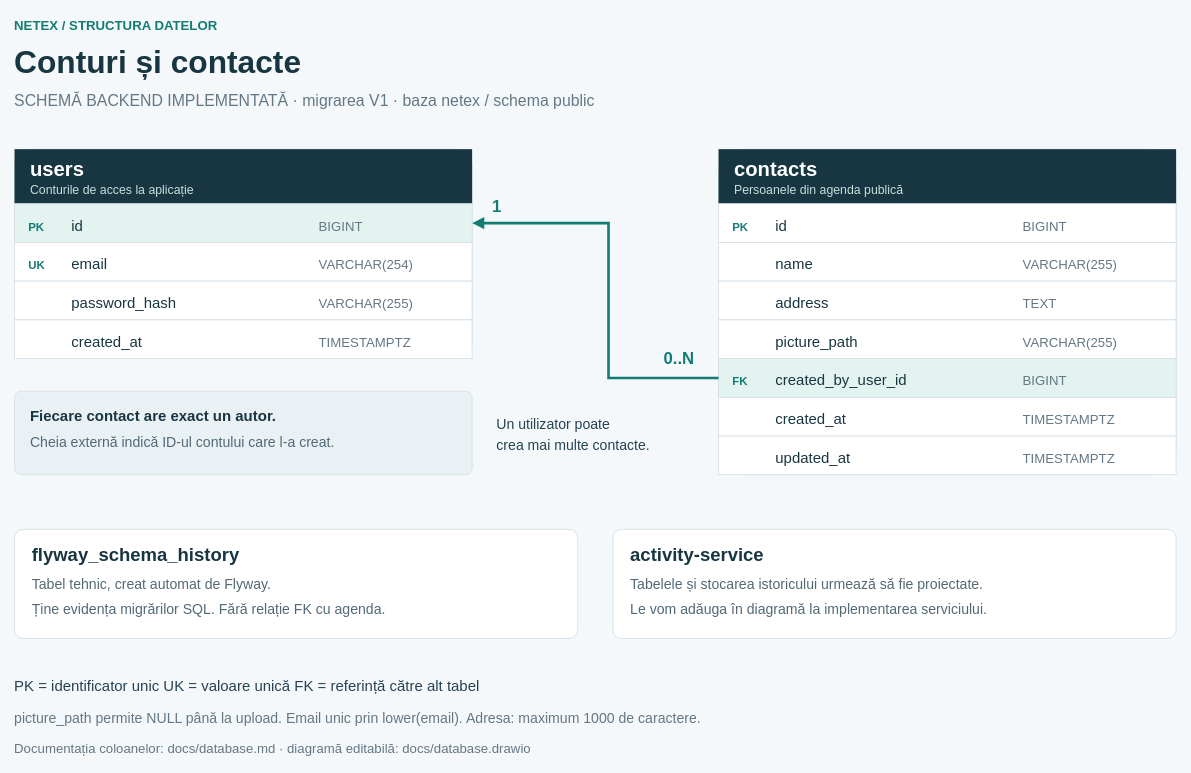
Above: docs/database.drawio in MonkeyFonkey1/netex_project (draw.io), before the change. Source tidied: cells renumbered, new cells numbered last; positions are measured from the earlier drawing's top-left corner, leaving out a move shared by most shapes. Both pictures are drawn from the tidied source at 88%, with x=0, y=0 at pixel (14, 14).
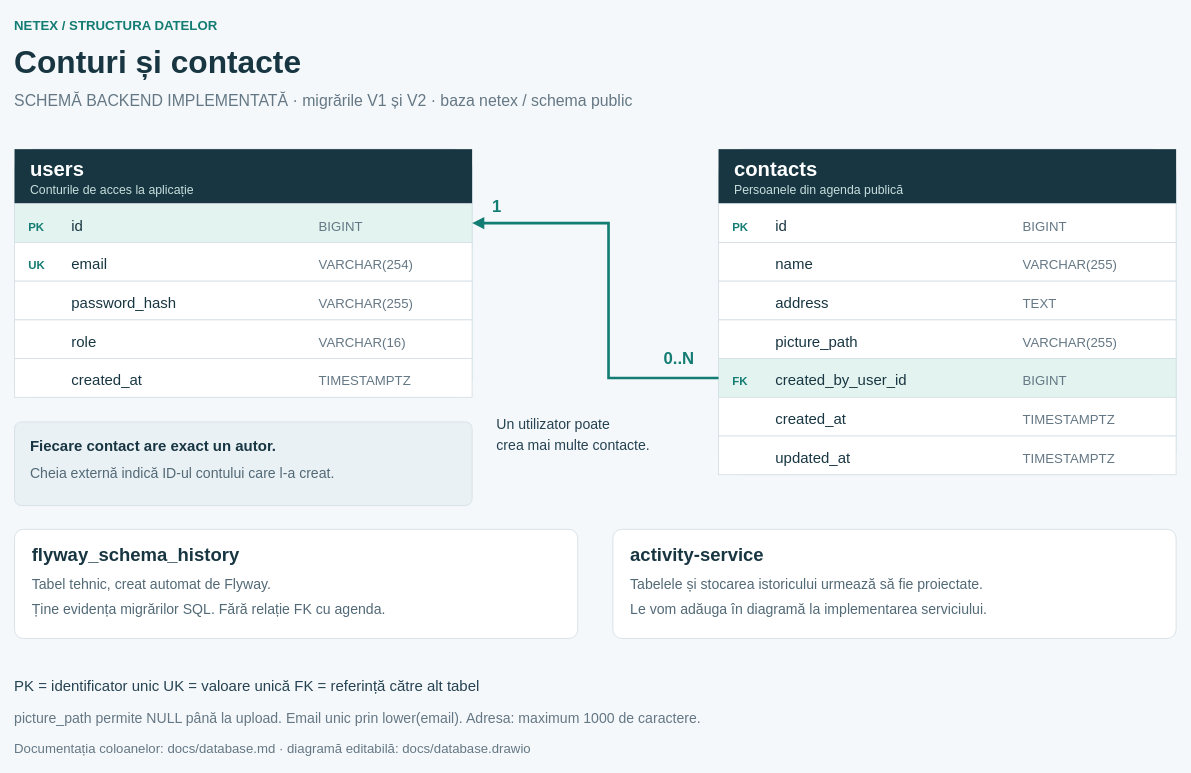
The same diagram, later.

The edit, as a diff of the source:
```diff
@@
-    <mxCell id="4" value="SCHEMĂ BACKEND IMPLEMENTATĂ · migrarea V1 · baza netex / schema public" style="text;html=0;align=left;verticalAlign=middle;spacing=0;fontFamily=Arial;fontSize=18;fontColor=#647784;fontStyle=0;" parent="1" vertex="1">
-      <mxGeometry y="83" width="1000" height="26" as="geometry" />
+    <mxCell id="4" value="SCHEMĂ BACKEND IMPLEMENTATĂ · migrările V1 și V2 · baza netex / schema public" style="text;html=0;align=left;verticalAlign=middle;spacing=0;fontFamily=Arial;fontSize=18;fontColor=#647784;fontStyle=0;" parent="1" vertex="1">
+      <mxGeometry y="83" width="1100" height="26" as="geometry" />
     </mxCell>
     <mxCell id="5" style="rounded=1;arcSize=8;fillColor=#ffffff;strokeColor=#d5e0e6;" parent="1" vertex="1">
-      <mxGeometry y="153" width="520" height="238" as="geometry" />
+      <mxGeometry y="153" width="520" height="282" as="geometry" />
     </mxCell>
@@
-    <mxCell id="21" value="created_at" style="text;html=0;align=left;verticalAlign=middle;spacing=0;fontFamily=Arial;fontSize=17;fontColor=#183642;fontStyle=0;" parent="1" vertex="1">
+    <mxCell id="21" value="role" style="text;html=0;align=left;verticalAlign=middle;spacing=0;fontFamily=Arial;fontSize=17;fontColor=#183642;fontStyle=0;" parent="1" vertex="1">
       <mxGeometry x="65" y="358" width="260" height="25" as="geometry" />
     </mxCell>
-    <mxCell id="22" value="TIMESTAMPTZ" style="text;html=0;align=left;verticalAlign=middle;spacing=0;fontFamily=Arial;fontSize=15;fontColor=#647784;fontStyle=0;" parent="1" vertex="1">
+    <mxCell id="22" value="VARCHAR(16)" style="text;html=0;align=left;verticalAlign=middle;spacing=0;fontFamily=Arial;fontSize=15;fontColor=#647784;fontStyle=0;" parent="1" vertex="1">
       <mxGeometry x="346" y="360" width="170" height="23" as="geometry" />
     </mxCell>
+    <mxCell id="69" style="rounded=0;fillColor=#ffffff;strokeColor=#d5e0e6;" parent="1" vertex="1">
+      <mxGeometry y="391" width="520" height="44" as="geometry" />
+    </mxCell>
+    <mxCell id="70" value="created_at" style="text;html=0;align=left;verticalAlign=middle;spacing=0;fontFamily=Arial;fontSize=17;fontColor=#183642;fontStyle=0;" parent="1" vertex="1">
+      <mxGeometry x="65" y="402" width="260" height="25" as="geometry" />
+    </mxCell>
+    <mxCell id="71" value="TIMESTAMPTZ" style="text;html=0;align=left;verticalAlign=middle;spacing=0;fontFamily=Arial;fontSize=15;fontColor=#647784;fontStyle=0;" parent="1" vertex="1">
+      <mxGeometry x="346" y="404" width="170" height="23" as="geometry" />
+    </mxCell>
@@
     <mxCell id="55" style="rounded=1;arcSize=8;fillColor=#eaf1f5;strokeColor=#d5e0e6;" parent="1" vertex="1">
-      <mxGeometry y="428" width="520" height="95" as="geometry" />
+      <mxGeometry y="463" width="520" height="95" as="geometry" />
     </mxCell>
     <mxCell id="56" value="Fiecare contact are exact un autor." style="text;html=0;align=left;verticalAlign=middle;spacing=0;fontFamily=Arial;fontSize=17;fontColor=#183642;fontStyle=1;" parent="1" vertex="1">
-      <mxGeometry x="18" y="442" width="485" height="25" as="geometry" />
+      <mxGeometry x="18" y="477" width="485" height="25" as="geometry" />
     </mxCell>
     <mxCell id="57" value="Cheia externă indică ID-ul contului care l-a creat." style="text;html=0;align=left;verticalAlign=middle;spacing=0;fontFamily=Arial;fontSize=16;fontColor=#526976;fontStyle=0;" parent="1" vertex="1">
-      <mxGeometry x="18" y="473" width="490" height="24" as="geometry" />
+      <mxGeometry x="18" y="508" width="490" height="24" as="geometry" />
     </mxCell>
```
